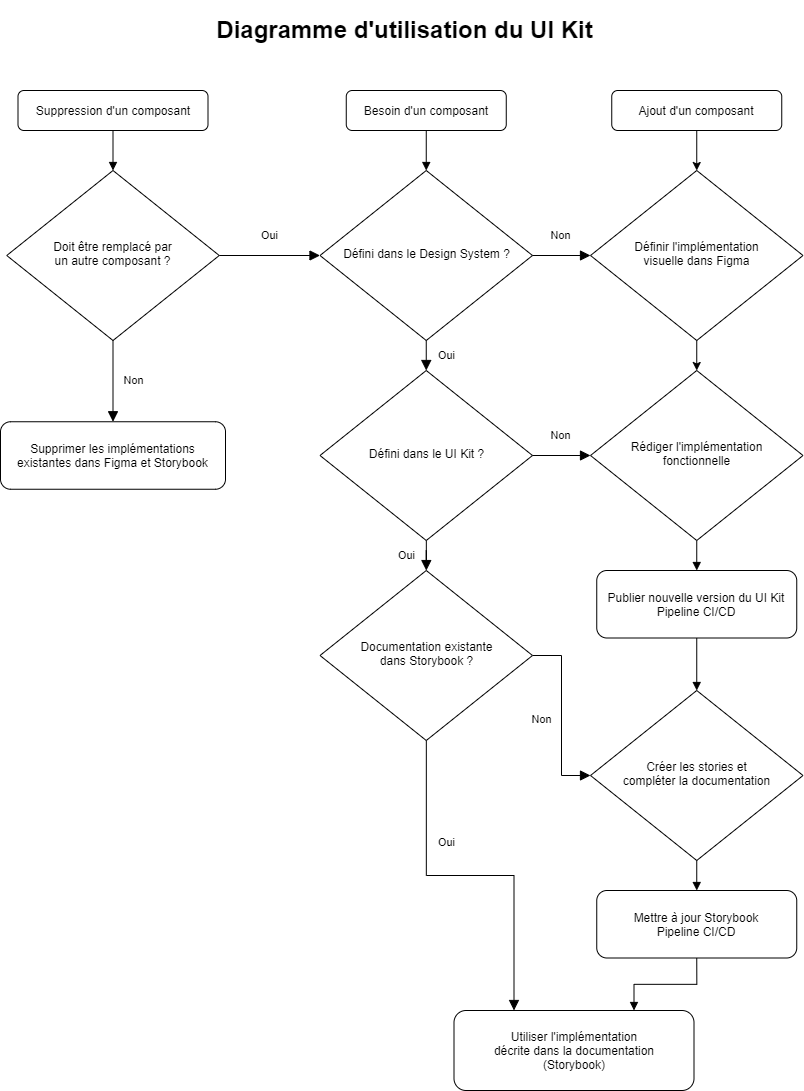
Tim-arts/flowcharts keeps this draw.io diagram as diagramme-utilisation.drawio.png. Above is the earlier version. Source tidied: cells renumbered, new cells last; positions are measured from the earlier drawing's top-left corner, leaving out a move shared by most shapes. The source it was exported from:
```xml
<mxGraphModel>
  <root>
    <mxCell id="0" />
    <mxCell id="1" parent="0" />
    <mxCell id="2" value="Oui" style="rounded=0;html=1;jettySize=auto;fontSize=11;endArrow=block;endFill=1;endSize=8;strokeWidth=1;shadow=0;labelBackgroundColor=none;edgeStyle=orthogonalEdgeStyle;" parent="1" edge="1" source="3" target="6">
      <mxGeometry y="20" relative="1" as="geometry" />
    </mxCell>
    <mxCell id="3" value="Défini dans le UI Kit ?" style="rhombus;whiteSpace=wrap;html=1;shadow=0;fontFamily=Helvetica;fontSize=12;align=center;strokeWidth=1;spacing=6;spacingTop=-4;" parent="1" vertex="1">
      <mxGeometry x="319.5" y="360" width="212.5" height="170" as="geometry" />
    </mxCell>
    <mxCell id="4" value="Oui" style="rounded=0;html=1;jettySize=auto;fontSize=11;endArrow=block;endFill=1;endSize=8;strokeWidth=1;shadow=0;labelBackgroundColor=none;edgeStyle=orthogonalEdgeStyle;entryX=0.25;entryY=0;entryDx=0;entryDy=0;" parent="1" edge="1" source="6" target="7">
      <mxGeometry x="-0.44" y="20" relative="1" as="geometry" />
    </mxCell>
    <mxCell id="5" value="Non" style="edgeStyle=orthogonalEdgeStyle;rounded=0;html=1;jettySize=auto;fontSize=11;endArrow=block;endFill=1;endSize=8;strokeWidth=1;shadow=0;labelBackgroundColor=none;entryX=0;entryY=0.5;entryDx=0;entryDy=0;" parent="1" edge="1" source="6" target="14">
      <mxGeometry x="0.05" y="-20" relative="1" as="geometry" />
    </mxCell>
    <mxCell id="6" value="Documentation existante&lt;br&gt;dans Storybook ?" style="rhombus;whiteSpace=wrap;html=1;shadow=0;fontFamily=Helvetica;fontSize=12;align=center;strokeWidth=1;spacing=6;spacingTop=-4;" parent="1" vertex="1">
      <mxGeometry x="319.5" y="560" width="212.5" height="170" as="geometry" />
    </mxCell>
    <mxCell id="7" value="&lt;span style=&quot;font-family: &amp;#34;helvetica&amp;#34;&quot;&gt;Utiliser l'implémentation&lt;/span&gt;&lt;br style=&quot;font-family: &amp;#34;helvetica&amp;#34;&quot;&gt;&lt;span style=&quot;font-family: &amp;#34;helvetica&amp;#34;&quot;&gt;décrite dans la documentation&lt;/span&gt;&lt;br style=&quot;font-family: &amp;#34;helvetica&amp;#34;&quot;&gt;&lt;span style=&quot;font-family: &amp;#34;helvetica&amp;#34;&quot;&gt;(Storybook)&lt;/span&gt;" style="rounded=1;whiteSpace=wrap;html=1;fontSize=12;glass=0;strokeWidth=1;shadow=0;" parent="1" vertex="1">
      <mxGeometry x="453.5" y="1000" width="240" height="80" as="geometry" />
    </mxCell>
    <mxCell id="8" value="&lt;h1&gt;Diagramme d'utilisation du UI Kit&lt;/h1&gt;" style="text;html=1;strokeColor=none;fillColor=none;spacing=5;spacingTop=-20;whiteSpace=wrap;overflow=hidden;rounded=0;align=center;" parent="1" vertex="1">
      <mxGeometry x="17.5" width="772.5" height="40" as="geometry" />
    </mxCell>
    <mxCell id="9" style="edgeStyle=orthogonalEdgeStyle;rounded=0;jettySize=auto;html=1;exitX=0.5;exitY=1;exitDx=0;exitDy=0;entryX=0.5;entryY=0;entryDx=0;entryDy=0;endArrow=block;endFill=1;" parent="1" edge="1" source="10" target="20">
      <mxGeometry relative="1" as="geometry" />
    </mxCell>
    <mxCell id="10" value="Besoin d'un composant" style="rounded=1;whiteSpace=wrap;html=1;fontSize=12;glass=0;strokeWidth=1;shadow=0;" parent="1" vertex="1">
      <mxGeometry x="345.8" y="80" width="160" height="40" as="geometry" />
    </mxCell>
    <mxCell id="11" style="edgeStyle=orthogonalEdgeStyle;rounded=0;jettySize=auto;html=1;exitX=0.5;exitY=1;exitDx=0;exitDy=0;entryX=0.5;entryY=0;entryDx=0;entryDy=0;endArrow=block;endFill=1;" parent="1" edge="1" source="12" target="19">
      <mxGeometry relative="1" as="geometry" />
    </mxCell>
    <mxCell id="12" value="Rédiger l'implémentation&lt;br&gt;fonctionnelle" style="rhombus;whiteSpace=wrap;html=1;shadow=0;fontFamily=Helvetica;fontSize=12;align=center;strokeWidth=1;spacing=6;spacingTop=-4;" parent="1" vertex="1">
      <mxGeometry x="590" y="360" width="212.5" height="170" as="geometry" />
    </mxCell>
    <mxCell id="13" style="edgeStyle=orthogonalEdgeStyle;rounded=0;jettySize=auto;html=1;exitX=0.5;exitY=1;exitDx=0;exitDy=0;entryX=0.5;entryY=0;entryDx=0;entryDy=0;endArrow=block;endFill=1;" parent="1" edge="1" source="14" target="17">
      <mxGeometry relative="1" as="geometry" />
    </mxCell>
    <mxCell id="14" value="Créer les stories et&lt;br&gt;compléter la documentation" style="rhombus;whiteSpace=wrap;html=1;shadow=0;fontFamily=Helvetica;fontSize=12;align=center;strokeWidth=1;spacing=6;spacingTop=-4;" parent="1" vertex="1">
      <mxGeometry x="590" y="680" width="212.5" height="170" as="geometry" />
    </mxCell>
    <mxCell id="15" value="Ajout d'un composant" style="rounded=1;whiteSpace=wrap;html=1;fontSize=12;glass=0;strokeWidth=1;shadow=0;" parent="1" vertex="1">
      <mxGeometry x="611.2" y="80" width="170" height="40" as="geometry" />
    </mxCell>
    <mxCell id="16" style="edgeStyle=orthogonalEdgeStyle;rounded=0;jettySize=auto;html=1;exitX=0.5;exitY=1;exitDx=0;exitDy=0;entryX=0.75;entryY=0;entryDx=0;entryDy=0;endArrow=block;endFill=1;" parent="1" edge="1" source="17" target="7">
      <mxGeometry relative="1" as="geometry" />
    </mxCell>
    <mxCell id="17" value="Mettre à jour Storybook&lt;br&gt;Pipeline CI/CD" style="rounded=1;whiteSpace=wrap;html=1;" parent="1" vertex="1">
      <mxGeometry x="596.2" y="880" width="200" height="67.5" as="geometry" />
    </mxCell>
    <mxCell id="18" style="edgeStyle=orthogonalEdgeStyle;rounded=0;jettySize=auto;html=1;exitX=0.5;exitY=1;exitDx=0;exitDy=0;entryX=0.5;entryY=0;entryDx=0;entryDy=0;endArrow=block;endFill=1;" parent="1" edge="1" source="19" target="14">
      <mxGeometry relative="1" as="geometry" />
    </mxCell>
    <mxCell id="19" value="Publier nouvelle version du UI Kit&lt;br&gt;Pipeline CI/CD" style="rounded=1;whiteSpace=wrap;html=1;" parent="1" vertex="1">
      <mxGeometry x="596.2" y="560" width="200" height="67.5" as="geometry" />
    </mxCell>
    <mxCell id="20" value="Défini dans le Design System ?" style="rhombus;whiteSpace=wrap;html=1;shadow=0;fontFamily=Helvetica;fontSize=12;align=center;strokeWidth=1;spacing=6;spacingTop=-4;" parent="1" vertex="1">
      <mxGeometry x="319.5" y="160" width="212.5" height="170" as="geometry" />
    </mxCell>
    <mxCell id="21" value="Oui" style="rounded=0;html=1;jettySize=auto;fontSize=11;endArrow=block;endFill=1;endSize=8;strokeWidth=1;shadow=0;labelBackgroundColor=none;edgeStyle=orthogonalEdgeStyle;exitX=0.5;exitY=1;exitDx=0;exitDy=0;entryX=0.5;entryY=0;entryDx=0;entryDy=0;" parent="1" edge="1" source="20" target="3">
      <mxGeometry y="20" relative="1" as="geometry" />
    </mxCell>
    <mxCell id="22" value="Non" style="rounded=0;html=1;jettySize=auto;fontSize=11;endArrow=block;endFill=1;endSize=8;strokeWidth=1;shadow=0;labelBackgroundColor=none;edgeStyle=orthogonalEdgeStyle;exitX=1;exitY=0.5;exitDx=0;exitDy=0;entryX=0;entryY=0.5;entryDx=0;entryDy=0;" parent="1" edge="1" source="20" target="23">
      <mxGeometry y="20" relative="1" as="geometry" />
    </mxCell>
    <mxCell id="23" value="Définir l'implémentation&lt;br&gt;visuelle dans Figma" style="rhombus;whiteSpace=wrap;html=1;shadow=0;fontFamily=Helvetica;fontSize=12;align=center;strokeWidth=1;spacing=6;spacingTop=-4;" parent="1" vertex="1">
      <mxGeometry x="590" y="160" width="212.5" height="170" as="geometry" />
    </mxCell>
    <mxCell id="24" style="endArrow=classic;html=1;entryX=0.5;entryY=0;entryDx=0;entryDy=0;exitX=0.5;exitY=1;exitDx=0;exitDy=0;" parent="1" edge="1" source="15" target="23">
      <mxGeometry relative="1" as="geometry" />
    </mxCell>
    <mxCell id="25" style="endArrow=classic;html=1;entryX=0.5;entryY=0;entryDx=0;entryDy=0;exitX=0.5;exitY=1;exitDx=0;exitDy=0;" parent="1" edge="1" source="23" target="12">
      <mxGeometry relative="1" as="geometry" />
    </mxCell>
    <mxCell id="26" value="Non" style="rounded=0;html=1;jettySize=auto;fontSize=11;endArrow=block;endFill=1;endSize=8;strokeWidth=1;shadow=0;labelBackgroundColor=none;edgeStyle=orthogonalEdgeStyle;exitX=1;exitY=0.5;exitDx=0;exitDy=0;entryX=0;entryY=0.5;entryDx=0;entryDy=0;" parent="1" edge="1" source="3" target="12">
      <mxGeometry y="20" relative="1" as="geometry">
        <Array as="points">
          <mxPoint x="579.5" y="445" />
          <mxPoint x="579.5" y="445" />
        </Array>
      </mxGeometry>
    </mxCell>
    <mxCell id="27" style="edgeStyle=orthogonalEdgeStyle;rounded=0;jettySize=auto;html=1;exitX=0.5;exitY=1;exitDx=0;exitDy=0;entryX=0.5;entryY=0;entryDx=0;entryDy=0;endArrow=block;endFill=1;" parent="1" edge="1" source="28" target="29">
      <mxGeometry relative="1" as="geometry" />
    </mxCell>
    <mxCell id="28" value="Suppression d'un composant" style="rounded=1;whiteSpace=wrap;html=1;fontSize=12;glass=0;strokeWidth=1;shadow=0;" parent="1" vertex="1">
      <mxGeometry x="17.5" y="80" width="190" height="40" as="geometry" />
    </mxCell>
    <mxCell id="29" value="Doit être remplacé par&lt;br&gt;un autre composant ?" style="rhombus;whiteSpace=wrap;html=1;shadow=0;fontFamily=Helvetica;fontSize=12;align=center;strokeWidth=1;spacing=6;spacingTop=-4;" parent="1" vertex="1">
      <mxGeometry x="6.2" y="160" width="212.5" height="170" as="geometry" />
    </mxCell>
    <mxCell id="30" value="Oui" style="rounded=0;html=1;jettySize=auto;fontSize=11;endArrow=block;endFill=1;endSize=8;strokeWidth=1;shadow=0;labelBackgroundColor=none;edgeStyle=orthogonalEdgeStyle;exitX=1;exitY=0.5;exitDx=0;exitDy=0;entryX=0;entryY=0.5;entryDx=0;entryDy=0;" parent="1" edge="1" source="29" target="20">
      <mxGeometry y="20" relative="1" as="geometry" />
    </mxCell>
    <mxCell id="31" value="Non" style="rounded=0;html=1;jettySize=auto;fontSize=11;endArrow=block;endFill=1;endSize=8;strokeWidth=1;shadow=0;labelBackgroundColor=none;edgeStyle=orthogonalEdgeStyle;exitX=0.5;exitY=1;exitDx=0;exitDy=0;entryX=0.5;entryY=0;entryDx=0;entryDy=0;" parent="1" edge="1" source="29" target="32">
      <mxGeometry y="20" relative="1" as="geometry" />
    </mxCell>
    <mxCell id="32" value="Supprimer les implémentations&lt;br&gt;existantes dans Figma et Storybook" style="rounded=1;whiteSpace=wrap;html=1;" parent="1" vertex="1">
      <mxGeometry y="411.2" width="225" height="67.5" as="geometry" />
    </mxCell>
  </root>
</mxGraphModel>
```
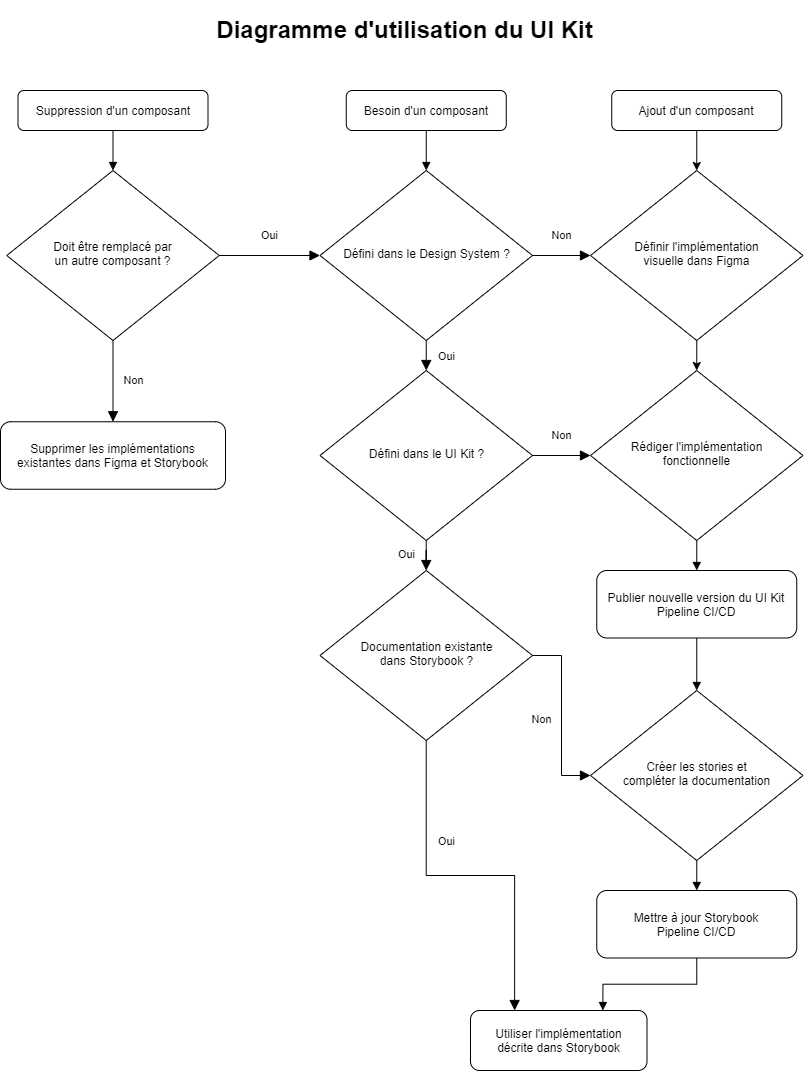
The same diagram one commit later.

The edit, as a diff of the source:
```diff
@@ -17,8 +17,8 @@
     <mxCell id="6" value="Documentation existante&lt;br&gt;dans Storybook ?" style="rhombus;whiteSpace=wrap;html=1;shadow=0;fontFamily=Helvetica;fontSize=12;align=center;strokeWidth=1;spacing=6;spacingTop=-4;" parent="1" vertex="1">
       <mxGeometry x="319.5" y="560" width="212.5" height="170" as="geometry" />
     </mxCell>
-    <mxCell id="7" value="&lt;span style=&quot;font-family: &amp;#34;helvetica&amp;#34;&quot;&gt;Utiliser l'implémentation&lt;/span&gt;&lt;br style=&quot;font-family: &amp;#34;helvetica&amp;#34;&quot;&gt;&lt;span style=&quot;font-family: &amp;#34;helvetica&amp;#34;&quot;&gt;décrite dans la documentation&lt;/span&gt;&lt;br style=&quot;font-family: &amp;#34;helvetica&amp;#34;&quot;&gt;&lt;span style=&quot;font-family: &amp;#34;helvetica&amp;#34;&quot;&gt;(Storybook)&lt;/span&gt;" style="rounded=1;whiteSpace=wrap;html=1;fontSize=12;glass=0;strokeWidth=1;shadow=0;" parent="1" vertex="1">
-      <mxGeometry x="453.5" y="1000" width="240" height="80" as="geometry" />
+    <mxCell id="7" value="&lt;span style=&quot;font-family: &amp;#34;helvetica&amp;#34;&quot;&gt;Utiliser l'implémentation&lt;/span&gt;&lt;br style=&quot;font-family: &amp;#34;helvetica&amp;#34;&quot;&gt;&lt;span style=&quot;font-family: &amp;#34;helvetica&amp;#34;&quot;&gt;décrite dans Storybook&lt;/span&gt;" style="rounded=1;whiteSpace=wrap;html=1;fontSize=12;glass=0;strokeWidth=1;shadow=0;" parent="1" vertex="1">
+      <mxGeometry x="470" y="1000" width="176.5" height="60" as="geometry" />
     </mxCell>
     <mxCell id="8" value="&lt;h1&gt;Diagramme d'utilisation du UI Kit&lt;/h1&gt;" style="text;html=1;strokeColor=none;fillColor=none;spacing=5;spacingTop=-20;whiteSpace=wrap;overflow=hidden;rounded=0;align=center;" parent="1" vertex="1">
       <mxGeometry x="17.5" width="772.5" height="40" as="geometry" />
```
